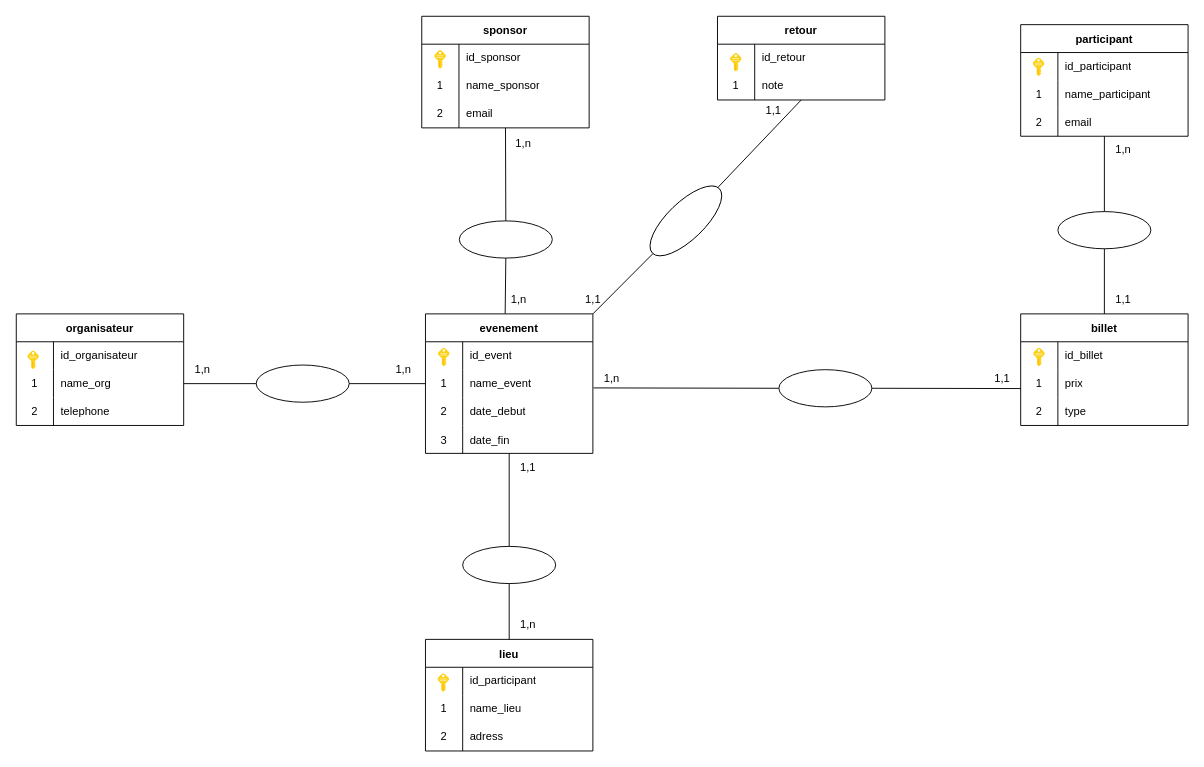
Before: mcd.drawio in Zakaria-Kharroub/Event-Connect, a draw.io diagram. Source tidied: cells renumbered, new cells numbered last; positions are measured from the earlier drawing's top-left corner, leaving out a move shared by most shapes. Both pictures are drawn from the tidied source at 93%, with x=0, y=0 at pixel (16, 16).
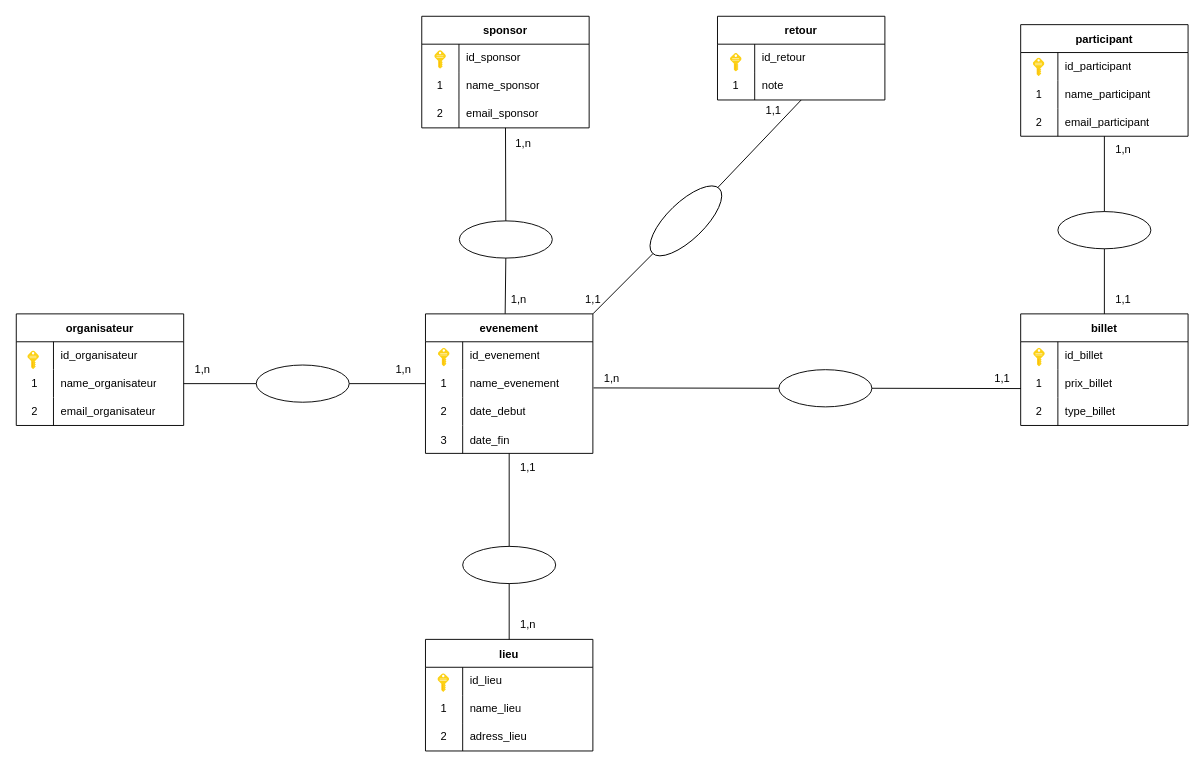
After the change.

The change refers to these unchanged cells:
```xml
<mxCell id="3" style="shape=tableRow;horizontal=0;startSize=0;swimlaneHead=0;swimlaneBody=0;top=0;left=0;bottom=0;right=0;fillColor=none;" parent="2" vertex="1">
  <mxGeometry y="30" width="180" height="30" as="geometry" />
</mxCell>
<mxCell id="6" style="shape=tableRow;horizontal=0;startSize=0;swimlaneHead=0;swimlaneBody=0;top=0;left=0;bottom=0;right=0;fillColor=none;points=[[0,0.5],[1,0.5]];portConstraint=eastwest;" parent="2" vertex="1">
  <mxGeometry y="60" width="180" height="30" as="geometry" />
</mxCell>
<mxCell id="23" style="shape=tableRow;horizontal=0;startSize=0;swimlaneHead=0;swimlaneBody=0;top=0;left=0;bottom=0;right=0;fillColor=none;points=[[0,0.5],[1,0.5]];portConstraint=eastwest;" parent="16" vertex="1">
  <mxGeometry y="90" width="180" height="30" as="geometry" />
</mxCell>
<mxCell id="28" style="shape=tableRow;horizontal=0;startSize=0;swimlaneHead=0;swimlaneBody=0;top=0;left=0;bottom=0;right=0;fillColor=none;" parent="27" vertex="1">
  <mxGeometry y="30" width="180" height="30" as="geometry" />
</mxCell>
<mxCell id="34" style="shape=tableRow;horizontal=0;startSize=0;swimlaneHead=0;swimlaneBody=0;top=0;left=0;bottom=0;right=0;fillColor=none;" parent="27" vertex="1">
  <mxGeometry y="90" width="180" height="30" as="geometry" />
</mxCell>
<mxCell id="45" style="shape=tableRow;horizontal=0;startSize=0;swimlaneHead=0;swimlaneBody=0;top=0;left=0;bottom=0;right=0;fillColor=none;points=[[0,0.5],[1,0.5]];portConstraint=eastwest;" parent="38" vertex="1">
  <mxGeometry y="90" width="180" height="30" as="geometry" />
</mxCell>
<mxCell id="53" style="shape=tableRow;horizontal=0;startSize=0;swimlaneHead=0;swimlaneBody=0;top=0;left=0;bottom=0;right=0;fillColor=none;points=[[0,0.5],[1,0.5]];portConstraint=eastwest;" parent="49" vertex="1">
  <mxGeometry y="60" width="180" height="30" as="geometry" />
</mxCell>
<mxCell id="56" style="shape=tableRow;horizontal=0;startSize=0;swimlaneHead=0;swimlaneBody=0;top=0;left=0;bottom=0;right=0;fillColor=none;" parent="49" vertex="1">
  <mxGeometry y="90" width="180" height="30" as="geometry" />
</mxCell>
<mxCell id="64" style="shape=tableRow;horizontal=0;startSize=0;swimlaneHead=0;swimlaneBody=0;top=0;left=0;bottom=0;right=0;fillColor=none;points=[[0,0.5],[1,0.5]];portConstraint=eastwest;" parent="60" vertex="1">
  <mxGeometry y="60" width="180" height="30" as="geometry" />
</mxCell>
<mxCell id="67" style="shape=tableRow;horizontal=0;startSize=0;swimlaneHead=0;swimlaneBody=0;top=0;left=0;bottom=0;right=0;fillColor=none;" parent="60" vertex="1">
  <mxGeometry y="90" width="180" height="30" as="geometry" />
</mxCell>
```

Diff of the diagram source:
```diff
@@
-    <mxCell id="5" value="id_event" style="shape=partialRectangle;html=1;whiteSpace=wrap;fillColor=none;top=0;left=0;bottom=0;right=0;align=left;spacingLeft=6;overflow=hidden;" parent="3" vertex="1">
+    <mxCell id="5" value="id_evenement" style="shape=partialRectangle;html=1;whiteSpace=wrap;fillColor=none;top=0;left=0;bottom=0;right=0;align=left;spacingLeft=6;overflow=hidden;" parent="3" vertex="1">
       <mxGeometry x="40" width="140" height="30" as="geometry" />
     </mxCell>
@@
-    <mxCell id="8" value="name_event" style="shape=partialRectangle;html=1;whiteSpace=wrap;fillColor=none;top=0;left=0;bottom=0;right=0;align=left;spacingLeft=6;overflow=hidden;" parent="6" vertex="1">
+    <mxCell id="8" value="name_evenement" style="shape=partialRectangle;html=1;whiteSpace=wrap;fillColor=none;top=0;left=0;bottom=0;right=0;align=left;spacingLeft=6;overflow=hidden;" parent="6" vertex="1">
       <mxGeometry x="40" width="140" height="30" as="geometry" />
     </mxCell>
@@
-    <mxCell id="25" value="email" style="shape=partialRectangle;html=1;whiteSpace=wrap;fillColor=none;top=0;left=0;bottom=0;right=0;align=left;spacingLeft=6;overflow=hidden;" parent="23" vertex="1">
+    <mxCell id="25" value="email_participant" style="shape=partialRectangle;html=1;whiteSpace=wrap;fillColor=none;top=0;left=0;bottom=0;right=0;align=left;spacingLeft=6;overflow=hidden;" parent="23" vertex="1">
       <mxGeometry x="40" width="140" height="30" as="geometry" />
     </mxCell>
@@
-    <mxCell id="30" value="id_participant" style="shape=partialRectangle;html=1;whiteSpace=wrap;fillColor=none;top=0;left=0;bottom=0;right=0;align=left;spacingLeft=6;overflow=hidden;" parent="28" vertex="1">
+    <mxCell id="30" value="id_lieu" style="shape=partialRectangle;html=1;whiteSpace=wrap;fillColor=none;top=0;left=0;bottom=0;right=0;align=left;spacingLeft=6;overflow=hidden;" parent="28" vertex="1">
       <mxGeometry x="40" width="140" height="30" as="geometry" />
     </mxCell>
@@
-    <mxCell id="36" value="adress" style="shape=partialRectangle;html=1;whiteSpace=wrap;fillColor=none;top=0;left=0;bottom=0;right=0;align=left;spacingLeft=6;overflow=hidden;" parent="34" vertex="1">
+    <mxCell id="36" value="adress_lieu" style="shape=partialRectangle;html=1;whiteSpace=wrap;fillColor=none;top=0;left=0;bottom=0;right=0;align=left;spacingLeft=6;overflow=hidden;" parent="34" vertex="1">
       <mxGeometry x="40" width="140" height="30" as="geometry" />
     </mxCell>
@@
-    <mxCell id="47" value="email" style="shape=partialRectangle;html=1;whiteSpace=wrap;fillColor=none;top=0;left=0;bottom=0;right=0;align=left;spacingLeft=6;overflow=hidden;" parent="45" vertex="1">
+    <mxCell id="47" value="email_sponsor" style="shape=partialRectangle;html=1;whiteSpace=wrap;fillColor=none;top=0;left=0;bottom=0;right=0;align=left;spacingLeft=6;overflow=hidden;" parent="45" vertex="1">
       <mxGeometry x="40" width="140" height="30" as="geometry" />
     </mxCell>
@@
-    <mxCell id="55" value="prix" style="shape=partialRectangle;html=1;whiteSpace=wrap;fillColor=none;top=0;left=0;bottom=0;right=0;align=left;spacingLeft=6;overflow=hidden;" parent="53" vertex="1">
+    <mxCell id="55" value="prix_billet" style="shape=partialRectangle;html=1;whiteSpace=wrap;fillColor=none;top=0;left=0;bottom=0;right=0;align=left;spacingLeft=6;overflow=hidden;" parent="53" vertex="1">
       <mxGeometry x="40" width="140" height="30" as="geometry" />
     </mxCell>
@@
-    <mxCell id="58" value="type" style="shape=partialRectangle;html=1;whiteSpace=wrap;fillColor=none;top=0;left=0;bottom=0;right=0;align=left;spacingLeft=6;overflow=hidden;" parent="56" vertex="1">
+    <mxCell id="58" value="type_billet" style="shape=partialRectangle;html=1;whiteSpace=wrap;fillColor=none;top=0;left=0;bottom=0;right=0;align=left;spacingLeft=6;overflow=hidden;" parent="56" vertex="1">
       <mxGeometry x="40" width="140" height="30" as="geometry" />
     </mxCell>
@@
-    <mxCell id="66" value="name_org" style="shape=partialRectangle;html=1;whiteSpace=wrap;fillColor=none;top=0;left=0;bottom=0;right=0;align=left;spacingLeft=6;overflow=hidden;" parent="64" vertex="1">
+    <mxCell id="66" value="name_organisateur" style="shape=partialRectangle;html=1;whiteSpace=wrap;fillColor=none;top=0;left=0;bottom=0;right=0;align=left;spacingLeft=6;overflow=hidden;" parent="64" vertex="1">
       <mxGeometry x="40" width="140" height="30" as="geometry" />
     </mxCell>
@@
-    <mxCell id="69" value="telephone" style="shape=partialRectangle;html=1;whiteSpace=wrap;fillColor=none;top=0;left=0;bottom=0;right=0;align=left;spacingLeft=6;overflow=hidden;" parent="67" vertex="1">
+    <mxCell id="69" value="email_organisateur" style="shape=partialRectangle;html=1;whiteSpace=wrap;fillColor=none;top=0;left=0;bottom=0;right=0;align=left;spacingLeft=6;overflow=hidden;" parent="67" vertex="1">
       <mxGeometry x="40" width="140" height="30" as="geometry" />
     </mxCell>
```
